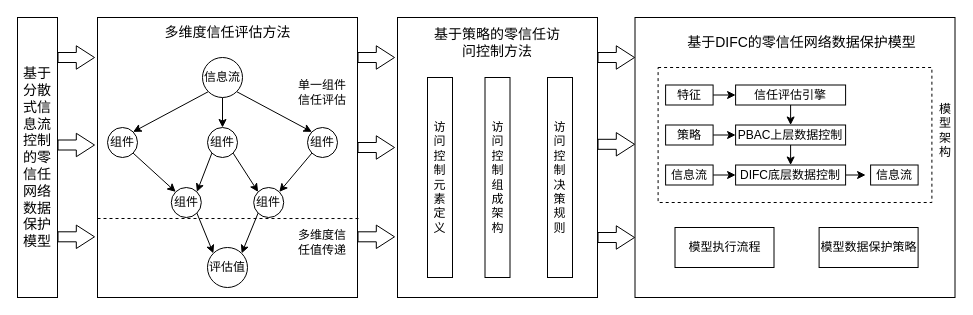
This is 第四章研究内容.drawio from ZhuShouCheng/notebook, a draw.io file, before an edit. Source tidied: cells renumbered, new cells numbered last; positions are measured from the earlier drawing's top-left corner, leaving out a move shared by most shapes. Both pictures are drawn from the tidied source at 100%, with x=0, y=0 at pixel (17, 17).
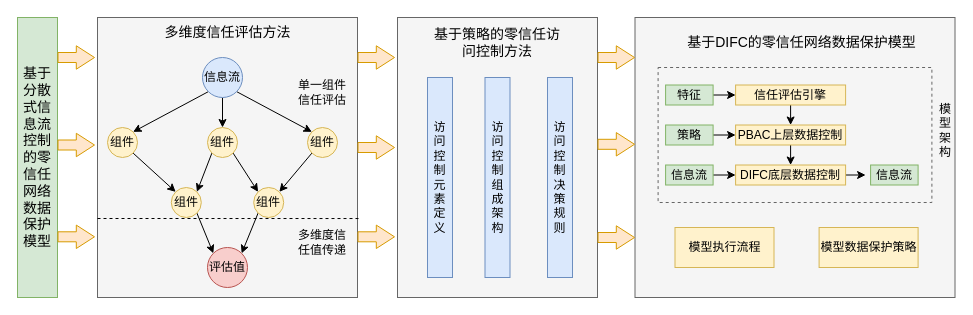
After the change.

Commit message (it also covers changes not shown here):
更新第四章研究内容.drawio

The edit, as a diff of the source:
```diff
@@
-    <mxCell id="2" style="rounded=0;whiteSpace=wrap;html=1;" parent="1" vertex="1">
+    <mxCell id="2" style="rounded=0;whiteSpace=wrap;html=1;fillColor=#f5f5f5;fontColor=#333333;strokeColor=#666666;" parent="1" vertex="1">
       <mxGeometry x="617.5" width="320" height="280" as="geometry" />
     </mxCell>
-    <mxCell id="3" style="rounded=0;whiteSpace=wrap;html=1;dashed=1;" parent="1" vertex="1">
+    <mxCell id="3" style="rounded=0;whiteSpace=wrap;html=1;dashed=1;fillColor=#f5f5f5;fontColor=#333333;strokeColor=#666666;" parent="1" vertex="1">
       <mxGeometry x="640.6" y="50" width="273.8" height="135" as="geometry" />
     </mxCell>
-    <mxCell id="4" value="&lt;font style=&quot;font-size: 14px;&quot;&gt;基于分散式信息流控制的零信任网络数据保护模型&lt;/font&gt;" style="rounded=0;whiteSpace=wrap;html=1;" parent="1" vertex="1">
+    <mxCell id="4" value="&lt;font style=&quot;font-size: 14px;&quot;&gt;基于分散式信息流控制的零信任网络数据保护模型&lt;/font&gt;" style="rounded=0;whiteSpace=wrap;html=1;fillColor=#d5e8d4;strokeColor=#82b366;" parent="1" vertex="1">
       <mxGeometry width="40" height="280" as="geometry" />
     </mxCell>
-    <mxCell id="5" style="rounded=0;whiteSpace=wrap;html=1;" parent="1" vertex="1">
+    <mxCell id="5" style="rounded=0;whiteSpace=wrap;html=1;fillColor=#f5f5f5;fontColor=#333333;strokeColor=#666666;" parent="1" vertex="1">
       <mxGeometry x="80" width="260" height="280" as="geometry" />
     </mxCell>
@@
-    <mxCell id="9" value="组件" style="ellipse;whiteSpace=wrap;html=1;" parent="1" vertex="1">
+    <mxCell id="9" value="组件" style="ellipse;whiteSpace=wrap;html=1;fillColor=#fff2cc;strokeColor=#d6b656;" parent="1" vertex="1">
       <mxGeometry x="190" y="110" width="30" height="30" as="geometry" />
     </mxCell>
@@
-    <mxCell id="11" value="组件" style="ellipse;whiteSpace=wrap;html=1;" parent="1" vertex="1">
+    <mxCell id="11" value="组件" style="ellipse;whiteSpace=wrap;html=1;fillColor=#fff2cc;strokeColor=#d6b656;" parent="1" vertex="1">
       <mxGeometry x="90" y="110" width="30" height="30" as="geometry" />
     </mxCell>
@@
-    <mxCell id="13" value="组件" style="ellipse;whiteSpace=wrap;html=1;" parent="1" vertex="1">
+    <mxCell id="13" value="组件" style="ellipse;whiteSpace=wrap;html=1;fillColor=#fff2cc;strokeColor=#d6b656;" parent="1" vertex="1">
       <mxGeometry x="290" y="110" width="30" height="30" as="geometry" />
     </mxCell>
-    <mxCell id="14" value="评估值" style="ellipse;whiteSpace=wrap;html=1;" parent="1" vertex="1">
+    <mxCell id="14" value="评估值" style="ellipse;whiteSpace=wrap;html=1;fillColor=#f8cecc;strokeColor=#b85450;" parent="1" vertex="1">
       <mxGeometry x="190" y="230" width="40" height="40" as="geometry" />
     </mxCell>
@@
-    <mxCell id="16" value="组件" style="ellipse;whiteSpace=wrap;html=1;" parent="1" vertex="1">
+    <mxCell id="16" value="组件" style="ellipse;whiteSpace=wrap;html=1;fillColor=#fff2cc;strokeColor=#d6b656;" parent="1" vertex="1">
       <mxGeometry x="153.8" y="170" width="30" height="30" as="geometry" />
     </mxCell>
@@
-    <mxCell id="18" value="组件" style="ellipse;whiteSpace=wrap;html=1;" parent="1" vertex="1">
+    <mxCell id="18" value="组件" style="ellipse;whiteSpace=wrap;html=1;fillColor=#fff2cc;strokeColor=#d6b656;" parent="1" vertex="1">
       <mxGeometry x="236.2" y="170" width="30" height="30" as="geometry" />
     </mxCell>
@@
-    <mxCell id="24" value="信息流" style="ellipse;whiteSpace=wrap;html=1;" parent="1" vertex="1">
+    <mxCell id="24" value="信息流" style="ellipse;whiteSpace=wrap;html=1;fillColor=#dae8fc;strokeColor=#6c8ebf;" parent="1" vertex="1">
       <mxGeometry x="185" y="40" width="40" height="40" as="geometry" />
     </mxCell>
@@
-    <mxCell id="26" style="rounded=0;whiteSpace=wrap;html=1;" parent="1" vertex="1">
+    <mxCell id="26" style="rounded=0;whiteSpace=wrap;html=1;fillColor=#f5f5f5;fontColor=#333333;strokeColor=#666666;" parent="1" vertex="1">
       <mxGeometry x="380" width="200" height="280" as="geometry" />
     </mxCell>
@@
-    <mxCell id="28" value="访问控制元素定义" style="rounded=0;whiteSpace=wrap;html=1;" parent="1" vertex="1">
+    <mxCell id="28" value="访问控制元素定义" style="rounded=0;whiteSpace=wrap;html=1;fillColor=#dae8fc;strokeColor=#6c8ebf;" parent="1" vertex="1">
       <mxGeometry x="410" y="60" width="25" height="200" as="geometry" />
     </mxCell>
-    <mxCell id="29" value="访问控制组成架构" style="rounded=0;whiteSpace=wrap;html=1;" parent="1" vertex="1">
+    <mxCell id="29" value="访问控制组成架构" style="rounded=0;whiteSpace=wrap;html=1;fillColor=#dae8fc;strokeColor=#6c8ebf;" parent="1" vertex="1">
       <mxGeometry x="467.5" y="60" width="25" height="200" as="geometry" />
     </mxCell>
-    <mxCell id="30" value="访问控制决策规则" style="rounded=0;whiteSpace=wrap;html=1;" parent="1" vertex="1">
+    <mxCell id="30" value="访问控制决策规则" style="rounded=0;whiteSpace=wrap;html=1;fillColor=#dae8fc;strokeColor=#6c8ebf;" parent="1" vertex="1">
       <mxGeometry x="530" y="60" width="25" height="200" as="geometry" />
     </mxCell>
@@
-    <mxCell id="32" value="信任评估引擎" style="rounded=0;whiteSpace=wrap;html=1;" parent="1" vertex="1">
+    <mxCell id="32" value="信任评估引擎" style="rounded=0;whiteSpace=wrap;html=1;fillColor=#fff2cc;strokeColor=#d6b656;" parent="1" vertex="1">
       <mxGeometry x="718.1" y="67.5" width="110" height="20" as="geometry" />
     </mxCell>
@@
-    <mxCell id="35" value="PBAC上层数据控制" style="rounded=0;whiteSpace=wrap;html=1;" parent="1" vertex="1">
+    <mxCell id="35" value="PBAC上层数据控制" style="rounded=0;whiteSpace=wrap;html=1;fillColor=#fff2cc;strokeColor=#d6b656;" parent="1" vertex="1">
       <mxGeometry x="718.1" y="107.5" width="110" height="20" as="geometry" />
     </mxCell>
@@
-    <mxCell id="37" value="DIFC底层数据控制" style="rounded=0;whiteSpace=wrap;html=1;" parent="1" vertex="1">
+    <mxCell id="37" value="DIFC底层数据控制" style="rounded=0;whiteSpace=wrap;html=1;fillColor=#fff2cc;strokeColor=#d6b656;" parent="1" vertex="1">
       <mxGeometry x="718.1" y="147.5" width="110" height="20" as="geometry" />
     </mxCell>
@@
-    <mxCell id="39" value="信息流" style="rounded=0;whiteSpace=wrap;html=1;" parent="1" vertex="1">
+    <mxCell id="39" value="信息流" style="rounded=0;whiteSpace=wrap;html=1;fillColor=#d5e8d4;strokeColor=#82b366;" parent="1" vertex="1">
       <mxGeometry x="648.1" y="147.5" width="47.5" height="20" as="geometry" />
     </mxCell>
-    <mxCell id="40" value="信息流" style="rounded=0;whiteSpace=wrap;html=1;" parent="1" vertex="1">
+    <mxCell id="40" value="信息流" style="rounded=0;whiteSpace=wrap;html=1;fillColor=#d5e8d4;strokeColor=#82b366;" parent="1" vertex="1">
       <mxGeometry x="853.1" y="147.5" width="47.5" height="20" as="geometry" />
     </mxCell>
@@
-    <mxCell id="42" value="策略" style="rounded=0;whiteSpace=wrap;html=1;" parent="1" vertex="1">
+    <mxCell id="42" value="策略" style="rounded=0;whiteSpace=wrap;html=1;fillColor=#d5e8d4;strokeColor=#82b366;" parent="1" vertex="1">
       <mxGeometry x="648.1" y="107.5" width="47.5" height="20" as="geometry" />
     </mxCell>
@@
-    <mxCell id="44" value="特征" style="rounded=0;whiteSpace=wrap;html=1;" parent="1" vertex="1">
+    <mxCell id="44" value="特征" style="rounded=0;whiteSpace=wrap;html=1;fillColor=#d5e8d4;strokeColor=#82b366;" parent="1" vertex="1">
       <mxGeometry x="648.1" y="67.5" width="47.5" height="20" as="geometry" />
     </mxCell>
-    <mxCell id="45" value="模型执行流程" style="rounded=0;whiteSpace=wrap;html=1;" parent="1" vertex="1">
+    <mxCell id="45" value="模型执行流程" style="rounded=0;whiteSpace=wrap;html=1;fillColor=#fff2cc;strokeColor=#d6b656;" parent="1" vertex="1">
       <mxGeometry x="657.5" y="210" width="99" height="40" as="geometry" />
     </mxCell>
@@
-    <mxCell id="47" value="模型数据保护策略" style="rounded=0;whiteSpace=wrap;html=1;" parent="1" vertex="1">
+    <mxCell id="47" value="模型数据保护策略" style="rounded=0;whiteSpace=wrap;html=1;fillColor=#fff2cc;strokeColor=#d6b656;" parent="1" vertex="1">
       <mxGeometry x="801.6" y="210" width="99" height="40" as="geometry" />
     </mxCell>
-    <mxCell id="48" style="shape=flexArrow;endArrow=classic;html=1;rounded=0;endWidth=12.413793103448276;endSize=5.731034482758621;" parent="1" edge="1">
+    <mxCell id="48" style="shape=flexArrow;endArrow=classic;html=1;rounded=0;endWidth=12.413793103448276;endSize=5.731034482758621;fillColor=#ffe6cc;strokeColor=#d79b00;" parent="1" edge="1">
       <mxGeometry relative="1" as="geometry">
         <mxPoint x="40" y="40" as="sourcePoint" />
         <mxPoint x="77.5" y="40" as="targetPoint" />
       </mxGeometry>
     </mxCell>
-    <mxCell id="49" style="shape=flexArrow;endArrow=classic;html=1;rounded=0;endWidth=12.413793103448276;endSize=5.731034482758621;" parent="1" edge="1">
+    <mxCell id="49" style="shape=flexArrow;endArrow=classic;html=1;rounded=0;endWidth=12.413793103448276;endSize=5.731034482758621;fillColor=#ffe6cc;strokeColor=#d79b00;" parent="1" edge="1">
       <mxGeometry relative="1" as="geometry">
         <mxPoint x="40" y="127.5" as="sourcePoint" />
         <mxPoint x="77.5" y="127.5" as="targetPoint" />
       </mxGeometry>
     </mxCell>
-    <mxCell id="50" style="shape=flexArrow;endArrow=classic;html=1;rounded=0;endWidth=12.413793103448276;endSize=5.731034482758621;" parent="1" edge="1">
+    <mxCell id="50" style="shape=flexArrow;endArrow=classic;html=1;rounded=0;endWidth=12.413793103448276;endSize=5.731034482758621;fillColor=#ffe6cc;strokeColor=#d79b00;" parent="1" edge="1">
       <mxGeometry relative="1" as="geometry">
         <mxPoint x="40" y="219.3" as="sourcePoint" />
         <mxPoint x="77.5" y="219.3" as="targetPoint" />
       </mxGeometry>
     </mxCell>
-    <mxCell id="51" style="shape=flexArrow;endArrow=classic;html=1;rounded=0;endWidth=12.413793103448276;endSize=5.731034482758621;" parent="1" edge="1">
+    <mxCell id="51" style="shape=flexArrow;endArrow=classic;html=1;rounded=0;endWidth=12.413793103448276;endSize=5.731034482758621;fillColor=#ffe6cc;strokeColor=#d79b00;" parent="1" edge="1">
       <mxGeometry relative="1" as="geometry">
         <mxPoint x="340" y="40" as="sourcePoint" />
         <mxPoint x="377.5" y="40" as="targetPoint" />
       </mxGeometry>
     </mxCell>
-    <mxCell id="52" style="shape=flexArrow;endArrow=classic;html=1;rounded=0;endWidth=12.413793103448276;endSize=5.731034482758621;" parent="1" edge="1">
+    <mxCell id="52" style="shape=flexArrow;endArrow=classic;html=1;rounded=0;endWidth=12.413793103448276;endSize=5.731034482758621;fillColor=#ffe6cc;strokeColor=#d79b00;" parent="1" edge="1">
       <mxGeometry relative="1" as="geometry">
         <mxPoint x="340" y="130" as="sourcePoint" />
         <mxPoint x="377.5" y="130" as="targetPoint" />
       </mxGeometry>
     </mxCell>
-    <mxCell id="53" style="shape=flexArrow;endArrow=classic;html=1;rounded=0;endWidth=12.413793103448276;endSize=5.731034482758621;" parent="1" edge="1">
+    <mxCell id="53" style="shape=flexArrow;endArrow=classic;html=1;rounded=0;endWidth=12.413793103448276;endSize=5.731034482758621;fillColor=#ffe6cc;strokeColor=#d79b00;" parent="1" edge="1">
       <mxGeometry relative="1" as="geometry">
         <mxPoint x="340" y="219.3" as="sourcePoint" />
         <mxPoint x="377.5" y="219.3" as="targetPoint" />
       </mxGeometry>
     </mxCell>
-    <mxCell id="54" style="shape=flexArrow;endArrow=classic;html=1;rounded=0;endWidth=12.413793103448276;endSize=5.731034482758621;" parent="1" edge="1">
+    <mxCell id="54" style="shape=flexArrow;endArrow=classic;html=1;rounded=0;endWidth=12.413793103448276;endSize=5.731034482758621;fillColor=#ffe6cc;strokeColor=#d79b00;" parent="1" edge="1">
       <mxGeometry relative="1" as="geometry">
         <mxPoint x="580" y="40" as="sourcePoint" />
         <mxPoint x="617.5" y="40" as="targetPoint" />
       </mxGeometry>
     </mxCell>
-    <mxCell id="55" style="shape=flexArrow;endArrow=classic;html=1;rounded=0;endWidth=12.413793103448276;endSize=5.731034482758621;" parent="1" edge="1">
+    <mxCell id="55" style="shape=flexArrow;endArrow=classic;html=1;rounded=0;endWidth=12.413793103448276;endSize=5.731034482758621;fillColor=#ffe6cc;strokeColor=#d79b00;" parent="1" edge="1">
       <mxGeometry relative="1" as="geometry">
         <mxPoint x="580" y="126.8" as="sourcePoint" />
         <mxPoint x="617.5" y="126.8" as="targetPoint" />
       </mxGeometry>
     </mxCell>
-    <mxCell id="56" style="shape=flexArrow;endArrow=classic;html=1;rounded=0;endWidth=12.413793103448276;endSize=5.731034482758621;" parent="1" edge="1">
+    <mxCell id="56" style="shape=flexArrow;endArrow=classic;html=1;rounded=0;endWidth=12.413793103448276;endSize=5.731034482758621;fillColor=#ffe6cc;strokeColor=#d79b00;" parent="1" edge="1">
       <mxGeometry relative="1" as="geometry">
         <mxPoint x="580" y="220" as="sourcePoint" />
         <mxPoint x="617.5" y="220" as="targetPoint" />
       </mxGeometry>
     </mxCell>
```
